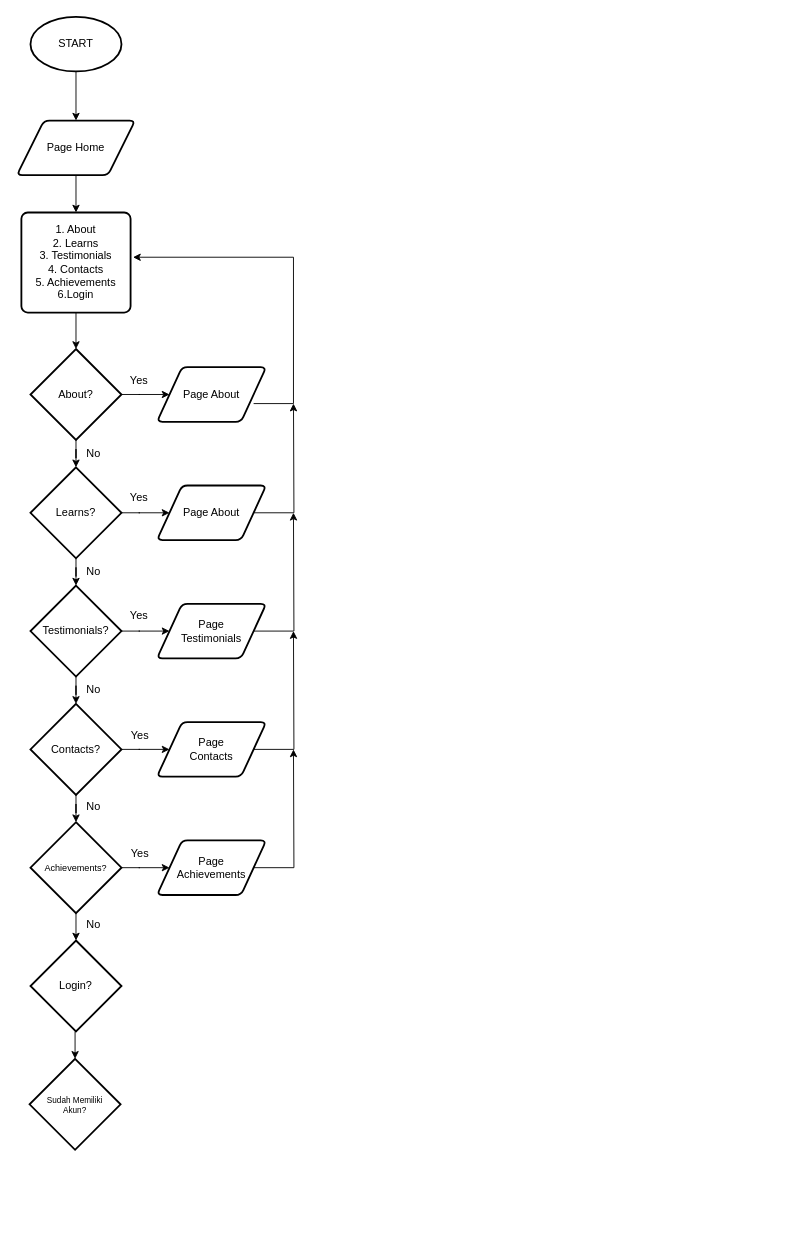
dapzz-id/DrawIO keeps this draw.io diagram as Syntax-Web.drawio. Above is the earlier version. Source tidied: cells renumbered, new cells numbered last; positions are measured from the earlier drawing's top-left corner, leaving out a move shared by most shapes. Both pictures are drawn from the tidied source at 91%, with x=0, y=0 at pixel (16, 16).
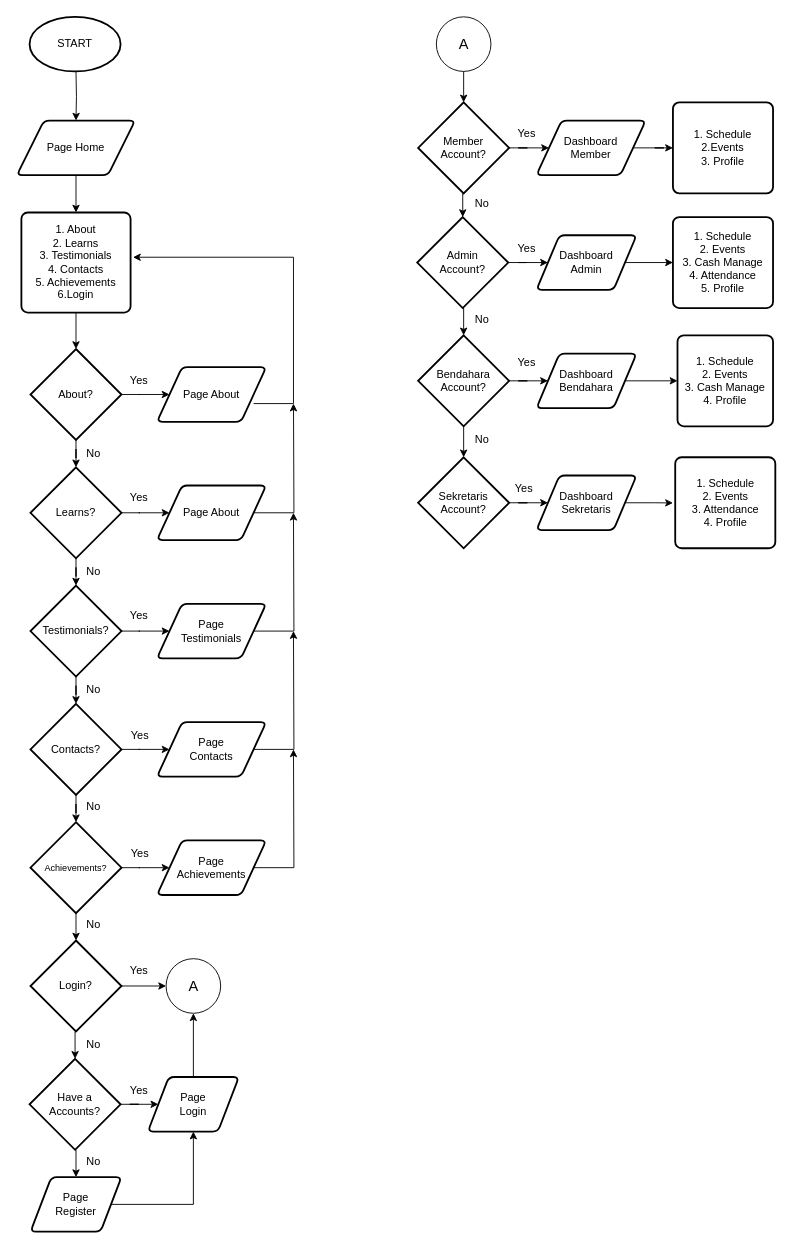
The same diagram, later.

The change refers to these unchanged cells:
```xml
<mxCell id="5" value="Page Home" style="shape=parallelogram;html=1;strokeWidth=2;perimeter=parallelogramPerimeter;whiteSpace=wrap;rounded=1;arcSize=12;size=0.23;" parent="1" vertex="1">
  <mxGeometry y="114" width="130" height="60" as="geometry" />
</mxCell>
<mxCell id="26" value="Login?" style="strokeWidth=2;html=1;shape=mxgraph.flowchart.decision;whiteSpace=wrap;" parent="1" vertex="1">
  <mxGeometry x="15" y="1015" width="100" height="100" as="geometry" />
</mxCell>
```

The edit, as a diff of the source:
```diff
@@
-    <mxCell id="2" style="edgeStyle=orthogonalEdgeStyle;rounded=0;jettySize=auto;html=1;" parent="1" edge="1" source="3" target="5">
-      <mxGeometry relative="1" as="geometry" />
+    <mxCell id="2" style="edgeStyle=orthogonalEdgeStyle;rounded=0;jettySize=auto;html=1;" parent="1" edge="1" target="5">
+      <mxGeometry relative="1" as="geometry">
+        <mxPoint x="65" y="60" as="sourcePoint" />
+      </mxGeometry>
     </mxCell>
     <mxCell id="3" value="START" style="strokeWidth=2;html=1;shape=mxgraph.flowchart.start_1;whiteSpace=wrap;" parent="1" vertex="1">
-      <mxGeometry x="15" width="100" height="60" as="geometry" />
+      <mxGeometry x="14" width="100" height="60" as="geometry" />
     </mxCell>
@@
+    <mxCell id="46" style="edgeStyle=orthogonalEdgeStyle;rounded=0;jettySize=auto;html=1;exitX=1;exitY=0.5;exitDx=0;exitDy=0;exitPerimeter=0;" parent="1" edge="1" source="39" target="48">
+      <mxGeometry relative="1" as="geometry" />
+    </mxCell>
+    <mxCell id="47" style="edgeStyle=orthogonalEdgeStyle;rounded=0;jettySize=auto;html=1;exitX=0.5;exitY=1;exitDx=0;exitDy=0;exitPerimeter=0;entryX=0.5;entryY=0;entryDx=0;entryDy=0;" parent="1" edge="1" source="39" target="51">
+      <mxGeometry relative="1" as="geometry" />
+    </mxCell>
-    <mxCell id="39" value="&lt;font style=&quot;font-size: 9px;&quot;&gt;Sudah Memiliki&lt;/font&gt;&lt;div style=&quot;font-size: 9px;&quot;&gt;&lt;font style=&quot;font-size: 9px;&quot;&gt;Akun?&lt;/font&gt;&lt;/div&gt;" style="strokeWidth=2;html=1;shape=mxgraph.flowchart.decision;whiteSpace=wrap;" parent="1" vertex="1">
+    <mxCell id="39" value="&lt;font style=&quot;font-size: 12px;&quot;&gt;Have a&lt;/font&gt;&lt;div&gt;&lt;font style=&quot;font-size: 12px;&quot;&gt;Accounts?&lt;/font&gt;&lt;/div&gt;" style="strokeWidth=2;html=1;shape=mxgraph.flowchart.decision;whiteSpace=wrap;" parent="1" vertex="1">
       <mxGeometry x="14" y="1145" width="100" height="100" as="geometry" />
     </mxCell>
@@
+    <mxCell id="48" value="Page&lt;div&gt;Login&lt;/div&gt;" style="shape=parallelogram;html=1;strokeWidth=2;perimeter=parallelogramPerimeter;whiteSpace=wrap;rounded=1;arcSize=12;size=0.23;" parent="1" vertex="1">
+      <mxGeometry x="144" y="1165" width="100" height="60" as="geometry" />
+    </mxCell>
+    <mxCell id="49" value="Yes" style="text;html=1;align=center;verticalAlign=middle;strokeColor=none;fillColor=none;" parent="1" vertex="1">
+      <mxGeometry x="114" y="1165" width="40" height="30" as="geometry" />
+    </mxCell>
+    <mxCell id="50" style="edgeStyle=orthogonalEdgeStyle;rounded=0;jettySize=auto;html=1;exitX=1;exitY=0.5;exitDx=0;exitDy=0;entryX=0.5;entryY=1;entryDx=0;entryDy=0;" parent="1" edge="1" source="51" target="48">
+      <mxGeometry relative="1" as="geometry" />
+    </mxCell>
+    <mxCell id="51" value="Page&lt;div&gt;Register&lt;/div&gt;" style="shape=parallelogram;html=1;strokeWidth=2;perimeter=parallelogramPerimeter;whiteSpace=wrap;rounded=1;arcSize=12;size=0.23;" parent="1" vertex="1">
+      <mxGeometry x="15" y="1275" width="100" height="60" as="geometry" />
+    </mxCell>
+    <mxCell id="52" value="No" style="text;html=1;align=center;verticalAlign=middle;strokeColor=none;fillColor=none;" parent="1" vertex="1">
+      <mxGeometry x="64" y="1243" width="40" height="30" as="geometry" />
+    </mxCell>
+    <mxCell id="53" value="&lt;font style=&quot;font-size: 16px;&quot;&gt;A&lt;/font&gt;" style="verticalLabelPosition=middle;verticalAlign=middle;html=1;shape=mxgraph.flowchart.on-page_reference;labelPosition=center;align=center;" parent="1" vertex="1">
+      <mxGeometry x="164" y="1035" width="60" height="60" as="geometry" />
+    </mxCell>
+    <mxCell id="54" style="edgeStyle=orthogonalEdgeStyle;rounded=0;jettySize=auto;html=1;exitX=1;exitY=0.5;exitDx=0;exitDy=0;exitPerimeter=0;entryX=0;entryY=0.5;entryDx=0;entryDy=0;entryPerimeter=0;" parent="1" edge="1" source="26" target="53">
+      <mxGeometry relative="1" as="geometry" />
+    </mxCell>
+    <mxCell id="55" value="Yes" style="text;html=1;align=center;verticalAlign=middle;strokeColor=none;fillColor=none;" parent="1" vertex="1">
+      <mxGeometry x="114" y="1033" width="40" height="30" as="geometry" />
+    </mxCell>
+    <mxCell id="56" style="edgeStyle=orthogonalEdgeStyle;rounded=0;jettySize=auto;html=1;exitX=0.5;exitY=0;exitDx=0;exitDy=0;entryX=0.5;entryY=1;entryDx=0;entryDy=0;entryPerimeter=0;" parent="1" edge="1" source="48" target="53">
+      <mxGeometry relative="1" as="geometry" />
+    </mxCell>
+    <mxCell id="57" value="&lt;font style=&quot;font-size: 16px;&quot;&gt;A&lt;/font&gt;" style="verticalLabelPosition=middle;verticalAlign=middle;html=1;shape=mxgraph.flowchart.on-page_reference;labelPosition=center;align=center;" parent="1" vertex="1">
+      <mxGeometry x="461" width="60" height="60" as="geometry" />
+    </mxCell>
+    <mxCell id="58" value="No" style="text;html=1;align=center;verticalAlign=middle;strokeColor=none;fillColor=none;" parent="1" vertex="1">
+      <mxGeometry x="64" y="1115" width="40" height="30" as="geometry" />
+    </mxCell>
+    <mxCell id="59" style="edgeStyle=orthogonalEdgeStyle;rounded=0;jettySize=auto;html=1;exitX=1;exitY=0.5;exitDx=0;exitDy=0;exitPerimeter=0;entryX=0;entryY=0.5;entryDx=0;entryDy=0;" parent="1" edge="1" source="60" target="63">
+      <mxGeometry relative="1" as="geometry" />
+    </mxCell>
+    <mxCell id="60" value="Member&lt;div&gt;Account?&lt;/div&gt;" style="strokeWidth=2;html=1;shape=mxgraph.flowchart.decision;whiteSpace=wrap;" parent="1" vertex="1">
+      <mxGeometry x="441" y="94" width="100" height="100" as="geometry" />
+    </mxCell>
+    <mxCell id="61" style="edgeStyle=orthogonalEdgeStyle;rounded=0;jettySize=auto;html=1;exitX=0.5;exitY=1;exitDx=0;exitDy=0;exitPerimeter=0;entryX=0.5;entryY=0;entryDx=0;entryDy=0;entryPerimeter=0;" parent="1" edge="1" source="57" target="60">
+      <mxGeometry relative="1" as="geometry" />
+    </mxCell>
+    <mxCell id="62" style="edgeStyle=orthogonalEdgeStyle;rounded=0;jettySize=auto;html=1;exitX=1;exitY=0.5;exitDx=0;exitDy=0;entryX=0;entryY=0.5;entryDx=0;entryDy=0;" parent="1" edge="1" source="63" target="65">
+      <mxGeometry relative="1" as="geometry" />
+    </mxCell>
+    <mxCell id="63" value="&lt;div&gt;Dashboard&lt;/div&gt;&lt;div&gt;Member&lt;/div&gt;" style="shape=parallelogram;html=1;strokeWidth=2;perimeter=parallelogramPerimeter;whiteSpace=wrap;rounded=1;arcSize=12;size=0.23;" parent="1" vertex="1">
+      <mxGeometry x="571" y="114" width="120" height="60" as="geometry" />
+    </mxCell>
+    <mxCell id="64" value="Yes" style="text;html=1;align=center;verticalAlign=middle;strokeColor=none;fillColor=none;" parent="1" vertex="1">
+      <mxGeometry x="540" y="114" width="40" height="30" as="geometry" />
+    </mxCell>
+    <mxCell id="65" value="1. Schedule&lt;div&gt;2.Events&lt;/div&gt;&lt;div&gt;3. Profile&lt;/div&gt;" style="rounded=1;whiteSpace=wrap;html=1;absoluteArcSize=1;arcSize=14;strokeWidth=2;" parent="1" vertex="1">
+      <mxGeometry x="721" y="94" width="110" height="100" as="geometry" />
+    </mxCell>
+    <mxCell id="66" style="edgeStyle=orthogonalEdgeStyle;rounded=0;jettySize=auto;html=1;exitX=1;exitY=0.5;exitDx=0;exitDy=0;exitPerimeter=0;entryX=0;entryY=0.5;entryDx=0;entryDy=0;" parent="1" edge="1" source="67" target="71">
+      <mxGeometry relative="1" as="geometry" />
+    </mxCell>
+    <mxCell id="67" value="Admin&lt;div&gt;Account?&lt;/div&gt;" style="strokeWidth=2;html=1;shape=mxgraph.flowchart.decision;whiteSpace=wrap;" parent="1" vertex="1">
+      <mxGeometry x="440" y="220" width="100" height="100" as="geometry" />
+    </mxCell>
+    <mxCell id="68" style="edgeStyle=orthogonalEdgeStyle;rounded=0;jettySize=auto;html=1;exitX=0.5;exitY=1;exitDx=0;exitDy=0;exitPerimeter=0;entryX=0.5;entryY=0;entryDx=0;entryDy=0;entryPerimeter=0;" parent="1" edge="1" source="60" target="67">
+      <mxGeometry relative="1" as="geometry" />
+    </mxCell>
+    <mxCell id="69" value="No" style="text;html=1;align=center;verticalAlign=middle;strokeColor=none;fillColor=none;" parent="1" vertex="1">
+      <mxGeometry x="491" y="190" width="40" height="30" as="geometry" />
+    </mxCell>
+    <mxCell id="70" style="edgeStyle=orthogonalEdgeStyle;rounded=0;jettySize=auto;html=1;exitX=1;exitY=0.5;exitDx=0;exitDy=0;entryX=0;entryY=0.5;entryDx=0;entryDy=0;" parent="1" edge="1" source="71" target="73">
+      <mxGeometry relative="1" as="geometry" />
+    </mxCell>
+    <mxCell id="71" value="Dashboard&lt;div&gt;Admin&lt;/div&gt;" style="shape=parallelogram;html=1;strokeWidth=2;perimeter=parallelogramPerimeter;whiteSpace=wrap;rounded=1;arcSize=12;size=0.23;" parent="1" vertex="1">
+      <mxGeometry x="571" y="240" width="110" height="60" as="geometry" />
+    </mxCell>
+    <mxCell id="72" value="Yes" style="text;html=1;align=center;verticalAlign=middle;strokeColor=none;fillColor=none;" parent="1" vertex="1">
+      <mxGeometry x="540" y="240" width="40" height="30" as="geometry" />
+    </mxCell>
+    <mxCell id="73" value="1. Schedule&lt;div&gt;2. Events&lt;/div&gt;&lt;div&gt;3. Cash Manage&lt;/div&gt;&lt;div&gt;4. Attendance&lt;/div&gt;&lt;div&gt;5. Profile&lt;/div&gt;" style="rounded=1;whiteSpace=wrap;html=1;absoluteArcSize=1;arcSize=14;strokeWidth=2;" parent="1" vertex="1">
+      <mxGeometry x="721" y="220" width="110" height="100" as="geometry" />
+    </mxCell>
+    <mxCell id="74" style="edgeStyle=orthogonalEdgeStyle;rounded=0;jettySize=auto;html=1;exitX=1;exitY=0.5;exitDx=0;exitDy=0;exitPerimeter=0;entryX=0;entryY=0.5;entryDx=0;entryDy=0;" parent="1" edge="1" source="75" target="79">
+      <mxGeometry relative="1" as="geometry" />
+    </mxCell>
+    <mxCell id="75" value="Bendahara&lt;div&gt;Account?&lt;/div&gt;" style="strokeWidth=2;html=1;shape=mxgraph.flowchart.decision;whiteSpace=wrap;" parent="1" vertex="1">
+      <mxGeometry x="441" y="350" width="100" height="100" as="geometry" />
+    </mxCell>
+    <mxCell id="76" style="edgeStyle=orthogonalEdgeStyle;rounded=0;jettySize=auto;html=1;exitX=0.5;exitY=1;exitDx=0;exitDy=0;exitPerimeter=0;entryX=0.5;entryY=0;entryDx=0;entryDy=0;entryPerimeter=0;" parent="1" edge="1" source="67" target="75">
+      <mxGeometry relative="1" as="geometry" />
+    </mxCell>
+    <mxCell id="77" value="No" style="text;html=1;align=center;verticalAlign=middle;strokeColor=none;fillColor=none;" parent="1" vertex="1">
+      <mxGeometry x="491" y="318" width="40" height="30" as="geometry" />
+    </mxCell>
+    <mxCell id="78" style="edgeStyle=orthogonalEdgeStyle;rounded=0;jettySize=auto;html=1;exitX=1;exitY=0.5;exitDx=0;exitDy=0;entryX=0;entryY=0.5;entryDx=0;entryDy=0;" parent="1" edge="1" source="79" target="80">
+      <mxGeometry relative="1" as="geometry" />
+    </mxCell>
+    <mxCell id="79" value="Dashboard&lt;div&gt;Bendahara&lt;/div&gt;" style="shape=parallelogram;html=1;strokeWidth=2;perimeter=parallelogramPerimeter;whiteSpace=wrap;rounded=1;arcSize=12;size=0.23;" parent="1" vertex="1">
+      <mxGeometry x="571" y="370" width="110" height="60" as="geometry" />
+    </mxCell>
+    <mxCell id="80" value="1. Schedule&lt;div&gt;2. Events&lt;/div&gt;&lt;div&gt;3. Cash Manage&lt;/div&gt;&lt;div&gt;4. Profile&lt;/div&gt;" style="rounded=1;whiteSpace=wrap;html=1;absoluteArcSize=1;arcSize=14;strokeWidth=2;" parent="1" vertex="1">
+      <mxGeometry x="726" y="350" width="105" height="100" as="geometry" />
+    </mxCell>
+    <mxCell id="81" style="edgeStyle=orthogonalEdgeStyle;rounded=0;jettySize=auto;html=1;exitX=1;exitY=0.5;exitDx=0;exitDy=0;exitPerimeter=0;entryX=0;entryY=0.5;entryDx=0;entryDy=0;" parent="1" edge="1" source="82" target="87">
+      <mxGeometry relative="1" as="geometry" />
+    </mxCell>
+    <mxCell id="82" value="Sekretaris&lt;div&gt;Account?&lt;/div&gt;" style="strokeWidth=2;html=1;shape=mxgraph.flowchart.decision;whiteSpace=wrap;" parent="1" vertex="1">
+      <mxGeometry x="441" y="484" width="100" height="100" as="geometry" />
+    </mxCell>
+    <mxCell id="83" style="edgeStyle=orthogonalEdgeStyle;rounded=0;jettySize=auto;html=1;exitX=0.5;exitY=1;exitDx=0;exitDy=0;exitPerimeter=0;entryX=0.5;entryY=0;entryDx=0;entryDy=0;entryPerimeter=0;" parent="1" edge="1" source="75" target="82">
+      <mxGeometry relative="1" as="geometry" />
+    </mxCell>
+    <mxCell id="84" value="No" style="text;html=1;align=center;verticalAlign=middle;strokeColor=none;fillColor=none;" parent="1" vertex="1">
+      <mxGeometry x="491" y="450" width="40" height="30" as="geometry" />
+    </mxCell>
+    <mxCell id="85" value="Yes" style="text;html=1;align=center;verticalAlign=middle;strokeColor=none;fillColor=none;" parent="1" vertex="1">
+      <mxGeometry x="540" y="365" width="40" height="30" as="geometry" />
+    </mxCell>
+    <mxCell id="86" style="edgeStyle=orthogonalEdgeStyle;rounded=0;jettySize=auto;html=1;exitX=1;exitY=0.5;exitDx=0;exitDy=0;" parent="1" edge="1" source="87">
+      <mxGeometry relative="1" as="geometry">
+        <mxPoint x="721" y="534.2" as="targetPoint" />
+      </mxGeometry>
+    </mxCell>
+    <mxCell id="87" value="&lt;div&gt;Dashboard&lt;/div&gt;&lt;div&gt;Sekretaris&lt;/div&gt;" style="shape=parallelogram;html=1;strokeWidth=2;perimeter=parallelogramPerimeter;whiteSpace=wrap;rounded=1;arcSize=12;size=0.23;" parent="1" vertex="1">
+      <mxGeometry x="571" y="504" width="110" height="60" as="geometry" />
+    </mxCell>
+    <mxCell id="88" value="Yes" style="text;html=1;align=center;verticalAlign=middle;strokeColor=none;fillColor=none;" parent="1" vertex="1">
+      <mxGeometry x="537" y="504" width="40" height="30" as="geometry" />
+    </mxCell>
+    <mxCell id="89" value="1. Schedule&lt;div&gt;2. Events&lt;/div&gt;&lt;div&gt;3. Attendance&lt;/div&gt;&lt;div&gt;4. Profile&lt;/div&gt;" style="rounded=1;whiteSpace=wrap;html=1;absoluteArcSize=1;arcSize=14;strokeWidth=2;" parent="1" vertex="1">
+      <mxGeometry x="723.5" y="484" width="110" height="100" as="geometry" />
+    </mxCell>
```
